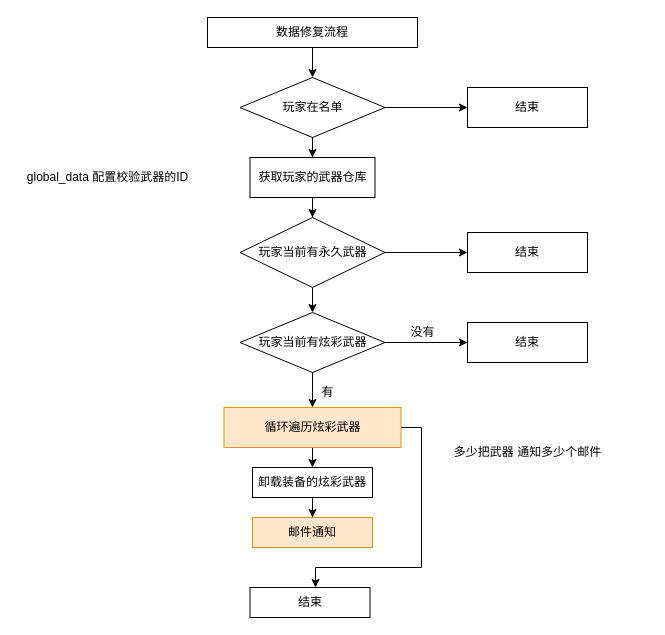
Earlier version of the draw.io diagram SSJJ2/炫彩武器数据修复.drawio (Ordertiny/graph). Source tidied: cells renumbered, new cells numbered last; positions are measured from the earlier drawing's top-left corner, leaving out a move shared by most shapes. Both pictures are drawn from the tidied source at 100%, with x=0, y=0 at pixel (17, 17).
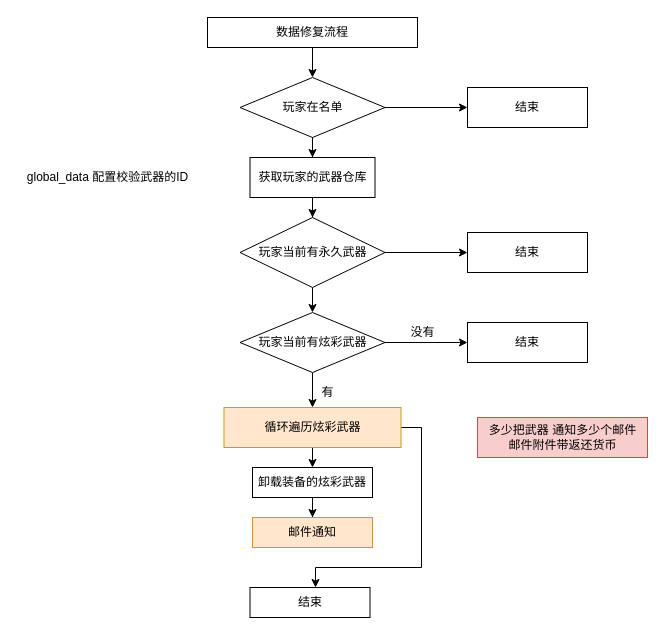
The same page after the edit.

Commit message:
更新炫彩武器数据修复.drawio

Change to the diagram source:
```diff
@@
-    <mxCell id="28" value="多少把武器 通知多少个邮件" style="text;html=1;align=center;verticalAlign=middle;strokeColor=none;fillColor=none;" parent="1" vertex="1">
-      <mxGeometry x="425" y="420" width="170" height="30" as="geometry" />
+    <mxCell id="28" value="多少把武器 通知多少个邮件&lt;br&gt;邮件附件带返还货币" style="text;html=1;align=center;verticalAlign=middle;strokeColor=#b85450;fillColor=#f8cecc;" parent="1" vertex="1">
+      <mxGeometry x="460" y="400" width="170" height="40" as="geometry" />
     </mxCell>
```
